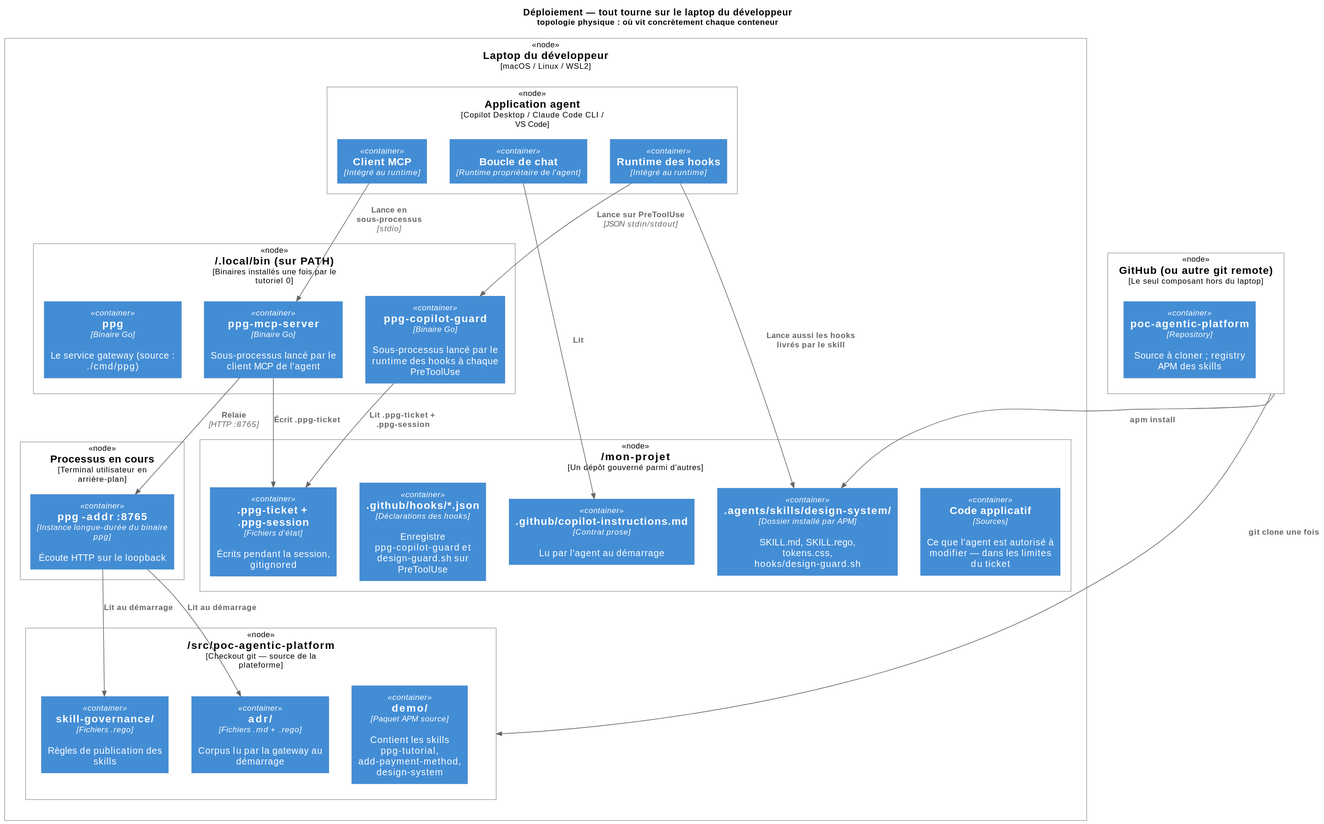
This is documentation_french/diagrams/c4-deploiement.svg from owulveryck/poc-agentic-platform, a PlantUML export, as it was before one commit.
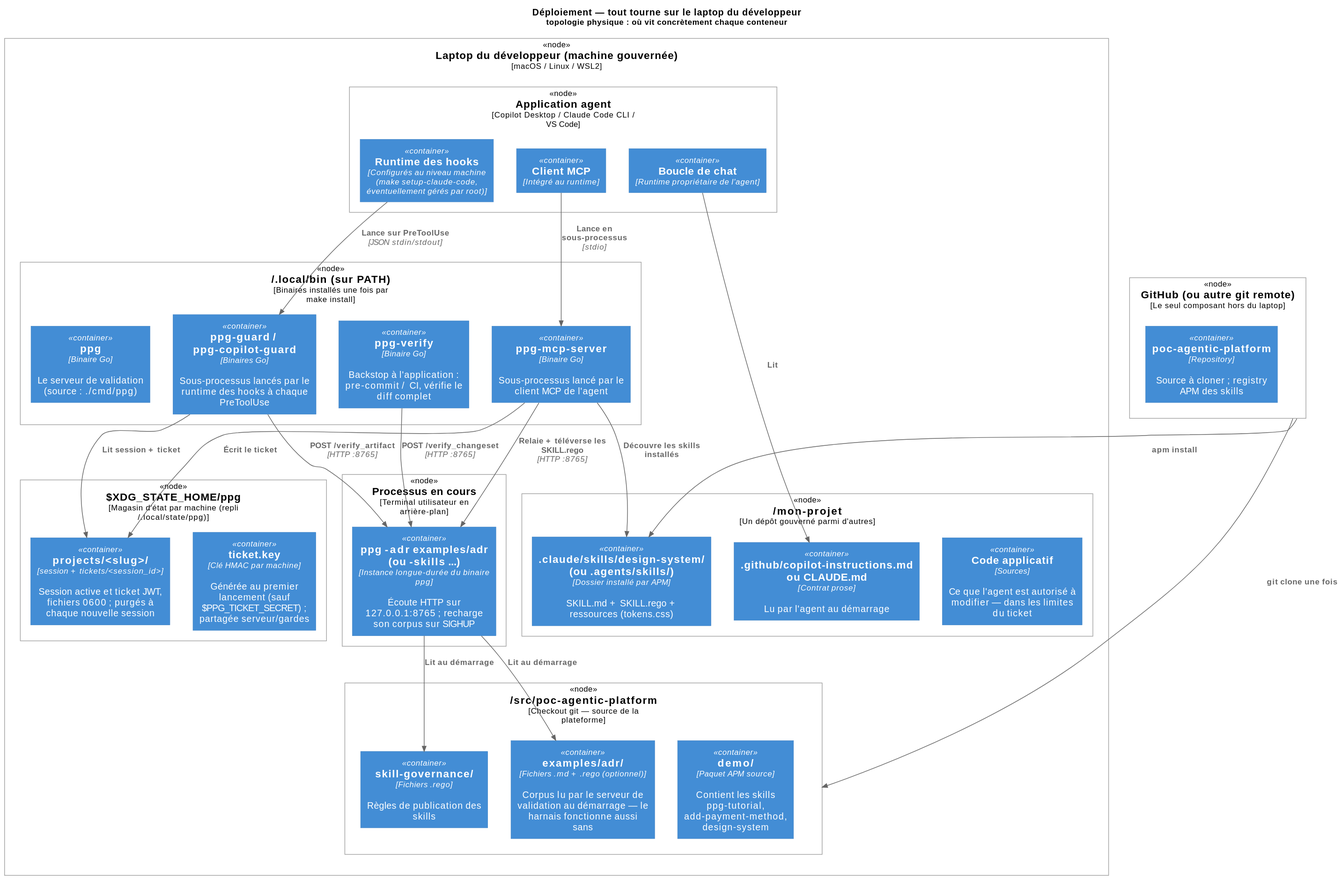
The same file after the commit.

The edit, as a diff of the source:
```diff
@@ -3,34 +3,38 @@
 
 title Déploiement — tout tourne sur le laptop du développeur\n<size:12>topologie physique : où vit concrètement chaque conteneur</size>
 
-Deployment_Node(laptop, "Laptop du développeur", "macOS / Linux / WSL2") {
+Deployment_Node(laptop, "Laptop du développeur (machine gouvernée)", "macOS / Linux / WSL2") {
 
     Deployment_Node(agentApp, "Application agent", "Copilot Desktop / Claude Code CLI / VS Code") {
         Container(chat, "Boucle de chat", "Runtime propriétaire de l'agent")
         Container(mcpClient, "Client MCP", "Intégré au runtime")
-        Container(hookRuntime, "Runtime des hooks", "Intégré au runtime")
+        Container(hookRuntime, "Runtime des hooks", "Configurés au niveau machine (make setup-claude-code, éventuellement gérés par root)")
     }
 
-    Deployment_Node(bin, "~/.local/bin (sur PATH)", "Binaires installés une fois par le tutoriel 0") {
-        Container(ppgBin, "ppg", "Binaire Go", "Le service gateway (source : ./cmd/ppg)")
+    Deployment_Node(bin, "~/.local/bin (sur PATH)", "Binaires installés une fois par make install") {
+        Container(ppgBin, "ppg", "Binaire Go", "Le serveur de validation (source : ./cmd/ppg)")
         Container(mcpBin, "ppg-mcp-server", "Binaire Go", "Sous-processus lancé par le client MCP de l'agent")
-        Container(guardBin, "ppg-copilot-guard", "Binaire Go", "Sous-processus lancé par le runtime des hooks à chaque PreToolUse")
+        Container(guardBin, "ppg-guard / ppg-copilot-guard", "Binaires Go", "Sous-processus lancés par le runtime des hooks à chaque PreToolUse")
+        Container(verifyBin, "ppg-verify", "Binaire Go", "Backstop à l'application : pre-commit / CI, vérifie le diff complet")
     }
 
     Deployment_Node(procs, "Processus en cours", "Terminal utilisateur en arrière-plan") {
-        Container(ppgRunning, "ppg -addr :8765", "Instance longue-durée du binaire ppg", "Écoute HTTP sur le loopback")
+        Container(ppgRunning, "ppg -adr examples/adr (ou -skills ...)", "Instance longue-durée du binaire ppg", "Écoute HTTP sur 127.0.0.1:8765 ; recharge son corpus sur SIGHUP")
+    }
+
+    Deployment_Node(stateRoot, "$XDG_STATE_HOME/ppg", "Magasin d'état par machine (repli ~/.local/state/ppg)") {
+        Container(state, "projects/<slug>/", "session + tickets/<session_id>", "Session active et ticket JWT, fichiers 0600 ; purgés à chaque nouvelle session")
+        Container(key, "ticket.key", "Clé HMAC par machine", "Générée au premier lancement (sauf $PPG_TICKET_SECRET) ; partagée serveur/gardes")
     }
 
     Deployment_Node(project, "~/mon-projet", "Un dépôt gouverné parmi d'autres") {
-        Container(skillDir, ".agents/skills/design-system/", "Dossier installé par APM", "SKILL.md, SKILL.rego, tokens.css, hooks/design-guard.sh")
-        Container(hooksDir, ".github/hooks/*.json", "Déclarations des hooks", "Enregistre ppg-copilot-guard et design-guard.sh sur PreToolUse")
-        Container(contractFile, ".github/copilot-instructions.md", "Contrat prose", "Lu par l'agent au démarrage")
-        Container(state, ".ppg-ticket + .ppg-session", "Fichiers d'état", "Écrits pendant la session, gitignored")
+        Container(skillDir, ".claude/skills/design-system/ (ou .agents/skills/)", "Dossier installé par APM", "SKILL.md + SKILL.rego + ressources (tokens.css)")
+        Container(contractFile, ".github/copilot-instructions.md ou CLAUDE.md", "Contrat prose", "Lu par l'agent au démarrage")
         Container(appCode, "Code applicatif", "Sources", "Ce que l'agent est autorisé à modifier — dans les limites du ticket")
     }
 
     Deployment_Node(checkout, "~/src/poc-agentic-platform", "Checkout git — source de la plateforme") {
-        Container(adrCorpus, "adr/", "Fichiers .md + .rego", "Corpus lu par la gateway au démarrage")
+        Container(adrCorpus, "examples/adr/", "Fichiers .md + .rego (optionnel)", "Corpus lu par le serveur de validation au démarrage — le harnais fonctionne aussi sans")
         Container(skillGovDir, "skill-governance/", "Fichiers .rego", "Règles de publication des skills")
         Container(demoPkg, "demo/", "Paquet APM source", "Contient les skills ppg-tutorial, add-payment-method, design-system")
     }
@@ -42,12 +46,14 @@
 
 Rel(mcpClient, mcpBin, "Lance en sous-processus", "stdio")
 Rel(hookRuntime, guardBin, "Lance sur PreToolUse", "JSON stdin/stdout")
-Rel(hookRuntime, skillDir, "Lance aussi les hooks livrés par le skill")
-Rel(mcpBin, ppgRunning, "Relaie", "HTTP :8765")
+Rel(mcpBin, ppgRunning, "Relaie + téléverse les SKILL.rego", "HTTP :8765")
+Rel(guardBin, ppgRunning, "POST /verify_artifact", "HTTP :8765")
+Rel(verifyBin, ppgRunning, "POST /verify_changeset", "HTTP :8765")
 Rel(ppgRunning, adrCorpus, "Lit au démarrage")
 Rel(ppgRunning, skillGovDir, "Lit au démarrage")
-Rel(mcpBin, state, "Écrit .ppg-ticket")
-Rel(guardBin, state, "Lit .ppg-ticket + .ppg-session")
+Rel(mcpBin, state, "Écrit le ticket")
+Rel(guardBin, state, "Lit session + ticket")
+Rel(mcpBin, skillDir, "Découvre les skills installés")
 Rel(chat, contractFile, "Lit")
 Rel(remote, checkout, "git clone une fois")
 Rel(remote, skillDir, "apm install")
```
